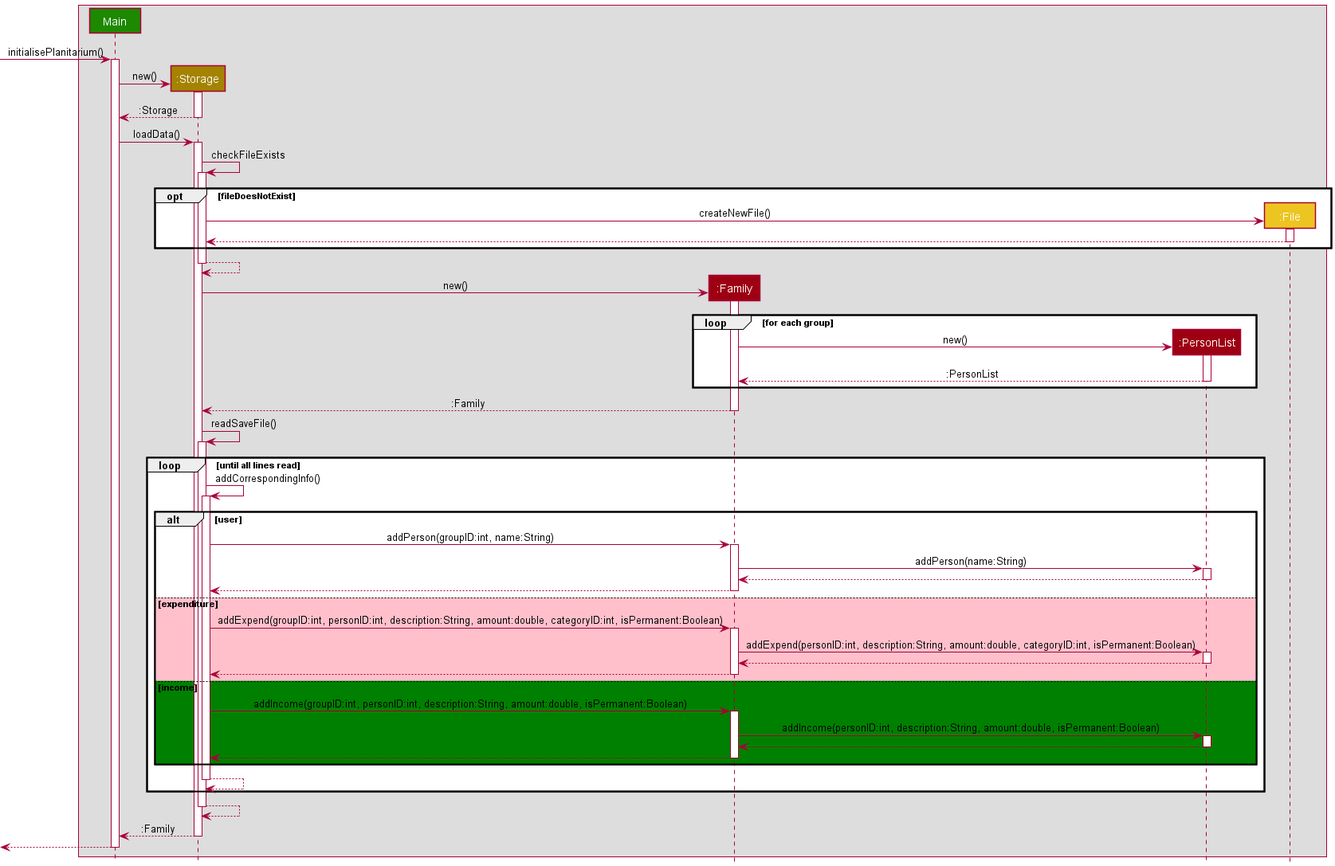
The PlantUML diagram docs/images/StorageLoadSequence.png in nus-cs2113-AY2122S2/tp, before a commit.
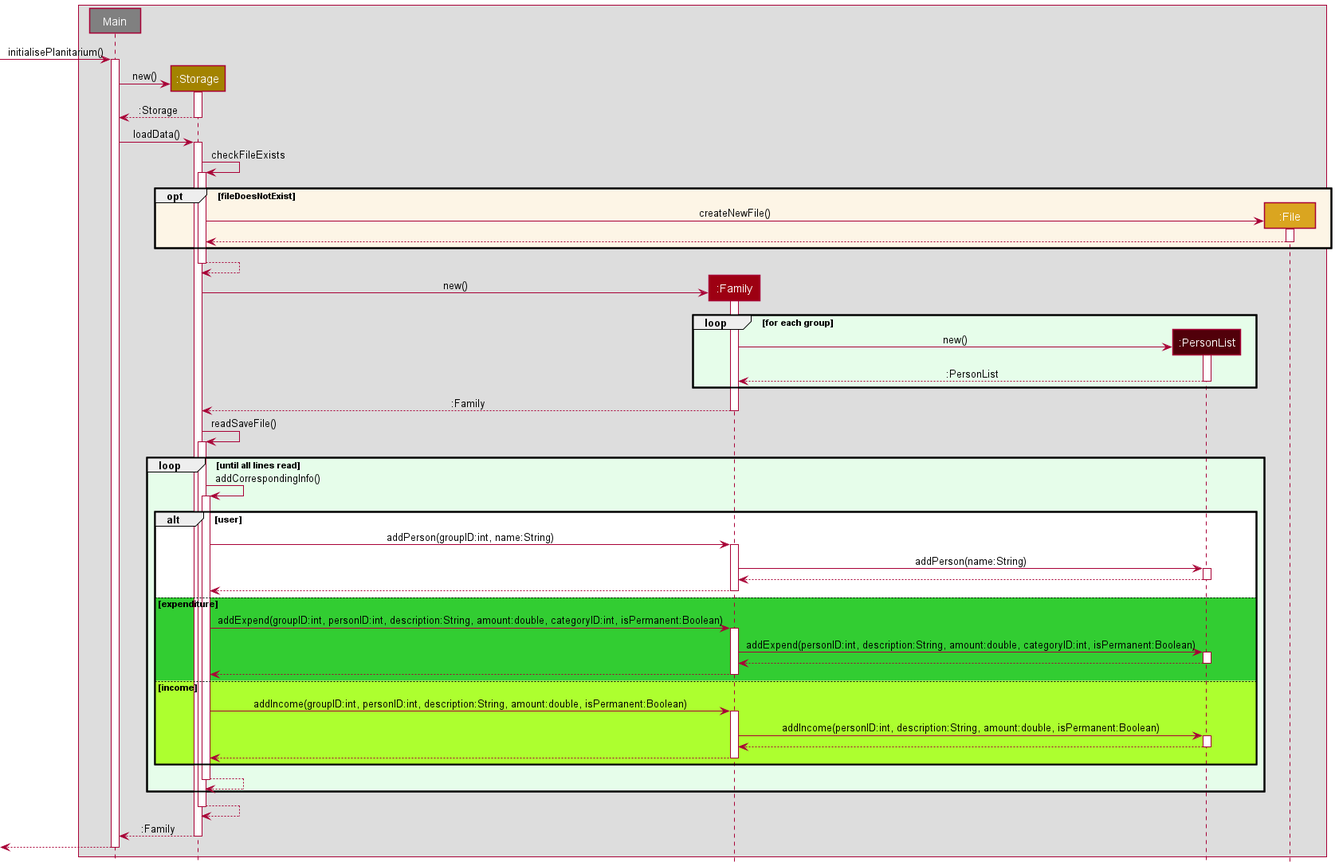
Later version of the same file.

The edit, as a diff of the source:
```diff
@@ -2,11 +2,11 @@
 !include style.puml
 
 Box
-    participant Main UI_COLOR
+    participant Main #grey
     participant ":Storage" as Storage STORAGE_COLOR
     participant ":Family" as Family MODEL_COLOR
-    participant ":PersonList" as PersonList MODEL_COLOR
-    participant ":File" as File STORAGE_COLOR_T2
+    participant ":PersonList" as PersonList MODEL_COLOR_T3
+    participant ":File" as File STORAGE_COLOR_T3
 end box
 
 -> Main: initialisePlanitarium()
@@ -20,7 +20,7 @@
 activate Storage
 Storage -> Storage : checkFileExists
 activate Storage
-opt fileDoesNotExist
+opt OPT_COLOR fileDoesNotExist
     create File
     Storage -> File : createNewFile()
     activate File
@@ -33,7 +33,7 @@
 Storage -> Family: new()
 activate Family
 create PersonList
-loop for each group
+loop LOOP_COLOR for each group
 Family -> PersonList : new()
 activate PersonList
 PersonList --> Family : :PersonList
@@ -43,7 +43,7 @@
 deactivate Family
 Storage -> Storage: readSaveFile()
 activate Storage
-    loop until all lines read
+    loop LOOP_COLOR until all lines read
     Storage -> Storage : addCorrespondingInfo()
     activate Storage
         alt user
@@ -55,7 +55,7 @@
             deactivate PersonList
             Family --> Storage
             deactivate Family
-        else #PINK expenditure
+        else MONEY_COLOR_T2 expenditure
             Storage -> Family : addExpend(groupID:int, personID:int, description:String, amount:double, categoryID:int, isPermanent:Boolean)
             activate Family
             Family -> PersonList : addExpend(personID:int, description:String, amount:double, categoryID:int, isPermanent:Boolean)
@@ -64,7 +64,7 @@
             deactivate PersonList
             Family --> Storage
             deactivate Family
-        else #GREEN income
+        else #GreenYellow income
             Storage -> Family : addIncome(groupID:int, personID:int, description:String, amount:double, isPermanent:Boolean)
             activate Family
             Family -> PersonList : addIncome(personID:int, description:String, amount:double, isPermanent:Boolean)
```
